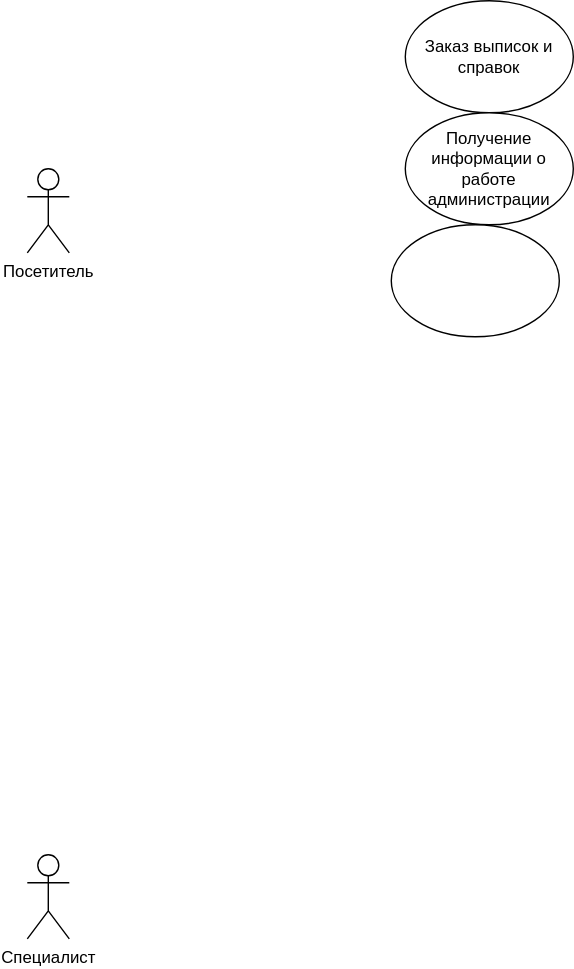
The draw.io diagram Диаграмма вариантов испольования.drawio.svg in Avokada/ais_mtuci, before a commit. Source tidied: cells renumbered, new cells last; positions are measured from the earlier drawing's top-left corner, leaving out a move shared by most shapes. The source it was exported from:
```xml
<mxGraphModel>
  <root>
    <mxCell id="0" />
    <mxCell id="1" parent="0" />
    <mxCell id="2" value="Специалист" style="shape=umlActor;verticalLabelPosition=bottom;verticalAlign=top;html=1;" parent="1" vertex="1">
      <mxGeometry y="610" width="30" height="60" as="geometry" />
    </mxCell>
    <mxCell id="3" value="Посетитель" style="shape=umlActor;verticalLabelPosition=bottom;verticalAlign=top;html=1;" parent="1" vertex="1">
      <mxGeometry y="120" width="30" height="60" as="geometry" />
    </mxCell>
    <mxCell id="4" value="Заказ выписок и справок" style="ellipse;whiteSpace=wrap;html=1;" parent="1" vertex="1">
      <mxGeometry x="270" width="120" height="80" as="geometry" />
    </mxCell>
    <mxCell id="5" value="Получение информации о работе администрации" style="ellipse;whiteSpace=wrap;html=1;" parent="1" vertex="1">
      <mxGeometry x="270" y="80" width="120" height="80" as="geometry" />
    </mxCell>
    <mxCell id="6" style="ellipse;whiteSpace=wrap;html=1;" parent="1" vertex="1">
      <mxGeometry x="260" y="160" width="120" height="80" as="geometry" />
    </mxCell>
  </root>
</mxGraphModel>
```
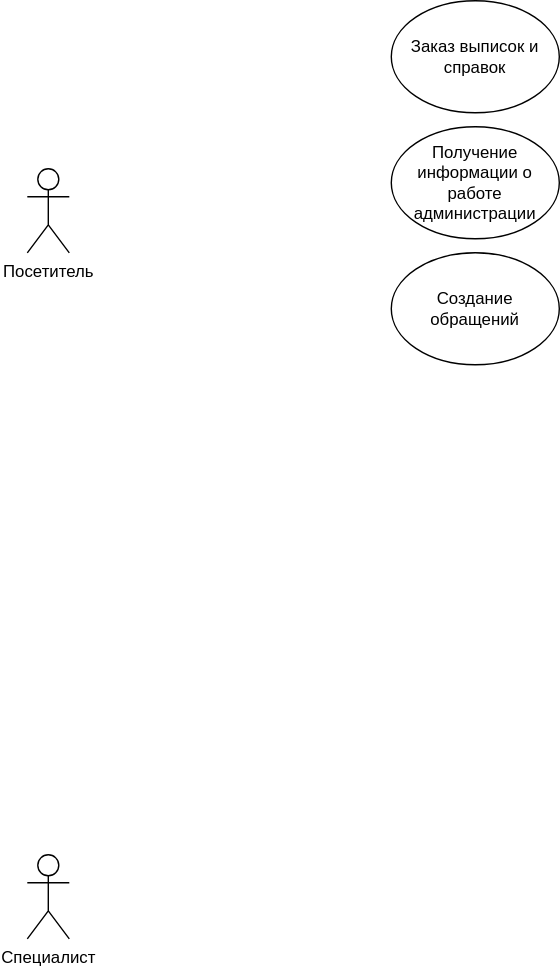
The same file after the commit.

Change to the diagram source:
```diff
@@ -9,13 +9,13 @@
       <mxGeometry y="120" width="30" height="60" as="geometry" />
     </mxCell>
     <mxCell id="4" value="Заказ выписок и справок" style="ellipse;whiteSpace=wrap;html=1;" parent="1" vertex="1">
-      <mxGeometry x="270" width="120" height="80" as="geometry" />
+      <mxGeometry x="260" width="120" height="80" as="geometry" />
     </mxCell>
     <mxCell id="5" value="Получение информации о работе администрации" style="ellipse;whiteSpace=wrap;html=1;" parent="1" vertex="1">
-      <mxGeometry x="270" y="80" width="120" height="80" as="geometry" />
+      <mxGeometry x="260" y="90" width="120" height="80" as="geometry" />
     </mxCell>
-    <mxCell id="6" style="ellipse;whiteSpace=wrap;html=1;" parent="1" vertex="1">
-      <mxGeometry x="260" y="160" width="120" height="80" as="geometry" />
+    <mxCell id="6" value="Создание обращений" style="ellipse;whiteSpace=wrap;html=1;" parent="1" vertex="1">
+      <mxGeometry x="260" y="180" width="120" height="80" as="geometry" />
     </mxCell>
   </root>
 </mxGraphModel>
```
